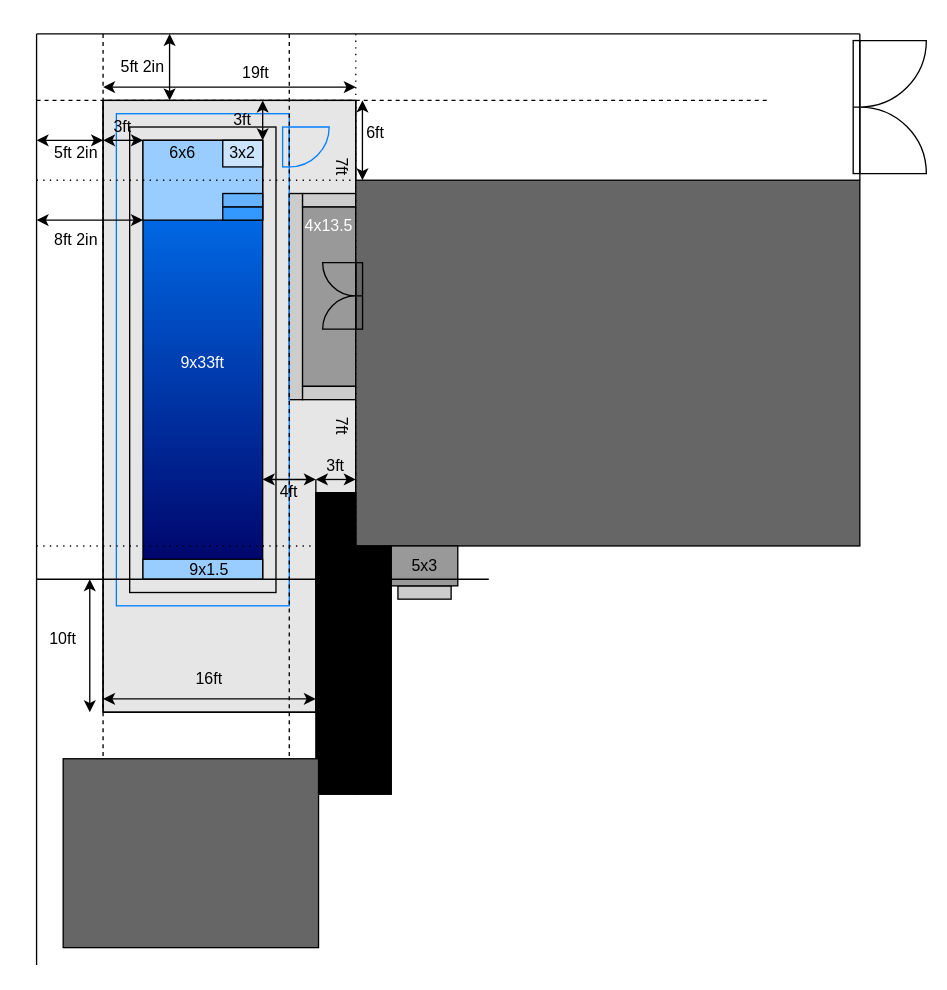
The draw.io diagram PoolPlan.drawio in hikumealan/draw-io-diagrams, before the edit. Source tidied: cells renumbered, new cells numbered last; positions are measured from the earlier drawing's top-left corner, leaving out a move shared by most shapes. Both pictures are drawn from the tidied source at 133%, with x=0, y=0 at pixel (23, 33).
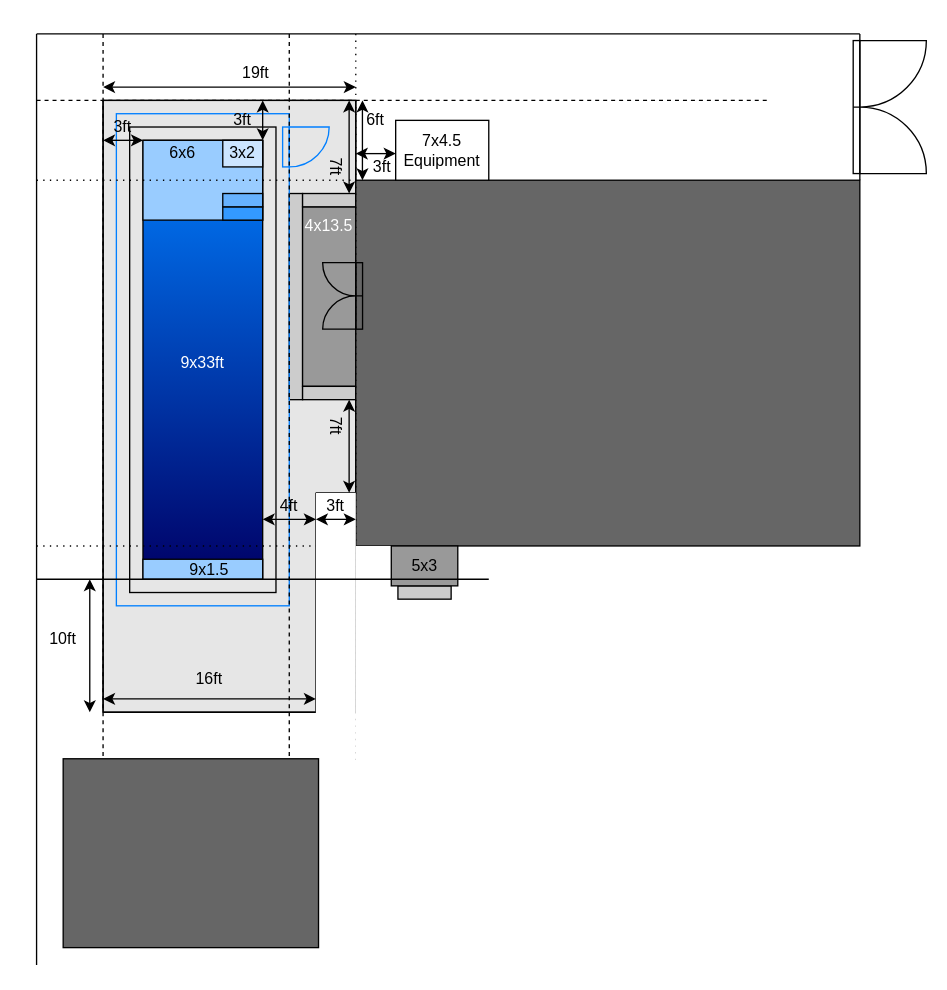
After the change.

The edit, as a diff of the source:
```diff
@@
     <mxCell id="26" style="endArrow=none;html=1;rounded=0;" parent="1" edge="1">
       <mxGeometry relative="1" as="geometry">
-        <mxPoint x="220" y="335" as="sourcePoint" />
+        <mxPoint x="220" y="345" as="sourcePoint" />
         <mxPoint x="220" y="510" as="targetPoint" />
       </mxGeometry>
     </mxCell>
     <mxCell id="27" value="7ft" style="text;html=1;strokeColor=none;fillColor=none;align=center;verticalAlign=middle;whiteSpace=wrap;rounded=0;rotation=90;" parent="1" vertex="1">
-      <mxGeometry x="210" y="85" width="60" height="30" as="geometry" />
+      <mxGeometry x="205" y="85" width="60" height="30" as="geometry" />
     </mxCell>
@@
-    <mxCell id="37" style="endArrow=classic;startArrow=classic;html=1;rounded=0;fontColor=#FFFFFF;" parent="1" edge="1">
-      <mxGeometry relative="1" as="geometry">
-        <mxPoint x="110" as="sourcePoint" />
-        <mxPoint x="110" y="50" as="targetPoint" />
-      </mxGeometry>
-    </mxCell>
-    <mxCell id="38" style="endArrow=classic;startArrow=classic;html=1;rounded=0;fontColor=#FFFFFF;" parent="1" edge="1">
-      <mxGeometry relative="1" as="geometry">
-        <mxPoint x="10" y="80" as="sourcePoint" />
-        <mxPoint x="60" y="80" as="targetPoint" />
-      </mxGeometry>
-    </mxCell>
-    <mxCell id="39" value="5ft 2in" style="text;html=1;strokeColor=none;fillColor=none;align=center;verticalAlign=middle;whiteSpace=wrap;rounded=0;" parent="1" vertex="1">
-      <mxGeometry x="10" y="75" width="60" height="30" as="geometry" />
-    </mxCell>
-    <mxCell id="40" value="5ft 2in" style="text;html=1;strokeColor=none;fillColor=none;align=center;verticalAlign=middle;whiteSpace=wrap;rounded=0;" parent="1" vertex="1">
-      <mxGeometry x="60" y="10" width="60" height="30" as="geometry" />
-    </mxCell>
-    <mxCell id="41" style="rounded=0;whiteSpace=wrap;html=1;fontColor=#FFFFFF;strokeColor=#000000;fillColor=#000000;gradientColor=none;" parent="1" vertex="1">
+    <mxCell id="41" style="rounded=0;whiteSpace=wrap;html=1;fontColor=#FFFFFF;strokeColor=none;fillColor=#FFFFFF;gradientColor=none;" parent="1" vertex="1">
       <mxGeometry x="220" y="345" width="30" height="226.7" as="geometry" />
     </mxCell>
-    <mxCell id="42" style="rounded=0;whiteSpace=wrap;html=1;fontColor=#FFFFFF;strokeColor=#000000;fillColor=#000000;gradientColor=none;" parent="1" vertex="1">
+    <mxCell id="42" style="rounded=0;whiteSpace=wrap;html=1;fontColor=#FFFFFF;strokeColor=none;fillColor=#FFFFFF;gradientColor=none;" parent="1" vertex="1">
       <mxGeometry x="250" y="385" width="26.7" height="186.7" as="geometry" />
     </mxCell>
@@
     <mxCell id="49" value="7ft" style="text;html=1;strokeColor=none;fillColor=none;align=center;verticalAlign=middle;whiteSpace=wrap;rounded=0;rotation=90;" parent="1" vertex="1">
-      <mxGeometry x="210" y="280" width="60" height="30" as="geometry" />
+      <mxGeometry x="205" y="280" width="60" height="30" as="geometry" />
     </mxCell>
@@
-    <mxCell id="53" style="endArrow=classic;startArrow=classic;html=1;rounded=0;fontColor=#FFFFFF;" parent="1" edge="1">
-      <mxGeometry relative="1" as="geometry">
-        <mxPoint x="10" y="140" as="sourcePoint" />
-        <mxPoint x="90" y="140" as="targetPoint" />
-      </mxGeometry>
-    </mxCell>
-    <mxCell id="54" value="8ft 2in" style="text;html=1;strokeColor=none;fillColor=none;align=center;verticalAlign=middle;whiteSpace=wrap;rounded=0;" parent="1" vertex="1">
-      <mxGeometry x="10" y="140" width="60" height="30" as="geometry" />
-    </mxCell>
@@
     <mxCell id="59" style="endArrow=classic;startArrow=classic;html=1;rounded=0;fontColor=#FFFFFF;fontStyle=1;" parent="1" edge="1">
       <mxGeometry relative="1" as="geometry">
-        <mxPoint x="180" y="335" as="sourcePoint" />
-        <mxPoint x="220" y="335" as="targetPoint" />
+        <mxPoint x="180" y="365" as="sourcePoint" />
+        <mxPoint x="220" y="365" as="targetPoint" />
       </mxGeometry>
     </mxCell>
     <mxCell id="60" value="4ft" style="text;html=1;strokeColor=none;fillColor=none;align=center;verticalAlign=middle;whiteSpace=wrap;rounded=0;" parent="1" vertex="1">
-      <mxGeometry x="170" y="330" width="60" height="30" as="geometry" />
+      <mxGeometry x="170" y="340" width="60" height="30" as="geometry" />
     </mxCell>
@@
     <mxCell id="63" style="endArrow=classic;startArrow=classic;html=1;rounded=0;fontColor=#FFFFFF;fontStyle=1;" parent="1" edge="1">
       <mxGeometry relative="1" as="geometry">
-        <mxPoint x="220" y="335" as="sourcePoint" />
-        <mxPoint x="250" y="335" as="targetPoint" />
+        <mxPoint x="220" y="365" as="sourcePoint" />
+        <mxPoint x="250" y="365" as="targetPoint" />
       </mxGeometry>
     </mxCell>
     <mxCell id="64" value="3ft" style="text;html=1;strokeColor=none;fillColor=none;align=center;verticalAlign=middle;whiteSpace=wrap;rounded=0;" parent="1" vertex="1">
-      <mxGeometry x="205" y="310" width="60" height="30" as="geometry" />
+      <mxGeometry x="205" y="340" width="60" height="30" as="geometry" />
     </mxCell>
@@
     <mxCell id="69" value="6ft" style="text;html=1;strokeColor=none;fillColor=none;align=center;verticalAlign=middle;whiteSpace=wrap;rounded=0;" parent="1" vertex="1">
-      <mxGeometry x="235" y="60" width="60" height="30" as="geometry" />
+      <mxGeometry x="235" y="50" width="60" height="30" as="geometry" />
     </mxCell>
+    <mxCell id="70" style="endArrow=classic;startArrow=classic;html=1;rounded=0;strokeColor=#000000;strokeWidth=1;" parent="1" edge="1">
+      <mxGeometry relative="1" as="geometry">
+        <mxPoint x="245" y="50" as="sourcePoint" />
+        <mxPoint x="245" y="120" as="targetPoint" />
+      </mxGeometry>
+    </mxCell>
+    <mxCell id="71" style="endArrow=classic;startArrow=classic;html=1;rounded=0;strokeColor=#000000;strokeWidth=1;" parent="1" edge="1">
+      <mxGeometry relative="1" as="geometry">
+        <mxPoint x="245" y="275" as="sourcePoint" />
+        <mxPoint x="245" y="345" as="targetPoint" />
+      </mxGeometry>
+    </mxCell>
+    <mxCell id="72" value="7x4.5&lt;br&gt;Equipment" style="rounded=0;whiteSpace=wrap;html=1;fillColor=#FFFFFF;" parent="1" vertex="1">
+      <mxGeometry x="280" y="65" width="70" height="45" as="geometry" />
+    </mxCell>
+    <mxCell id="73" style="endArrow=classic;startArrow=classic;html=1;rounded=0;fontColor=#FFFFFF;fontStyle=1;" parent="1" edge="1">
+      <mxGeometry relative="1" as="geometry">
+        <mxPoint x="250" y="90" as="sourcePoint" />
+        <mxPoint x="280" y="90" as="targetPoint" />
+      </mxGeometry>
+    </mxCell>
+    <mxCell id="74" value="3ft" style="text;html=1;strokeColor=none;fillColor=none;align=center;verticalAlign=middle;whiteSpace=wrap;rounded=0;" parent="1" vertex="1">
+      <mxGeometry x="240" y="85" width="60" height="30" as="geometry" />
+    </mxCell>
```
